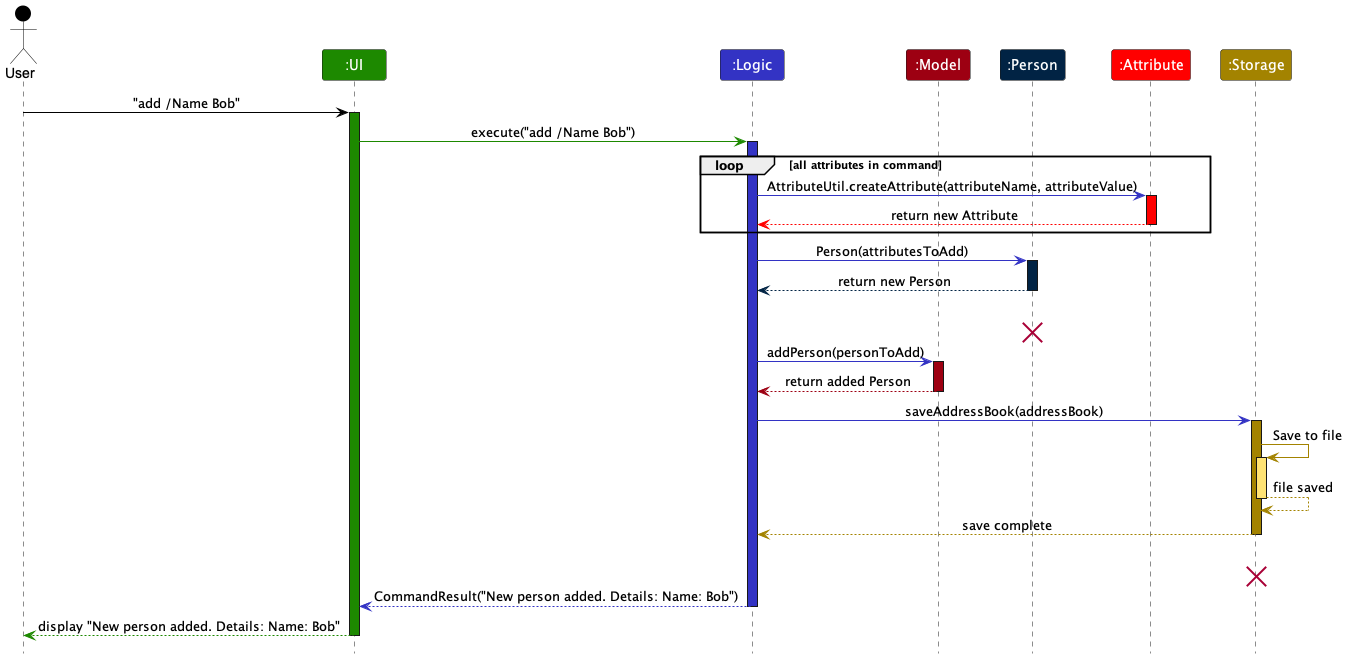
This is docs/images/AddPersonSequenceDiagram.png from Emberlynn-Loo/tp, a PlantUML export, as it was before one commit.
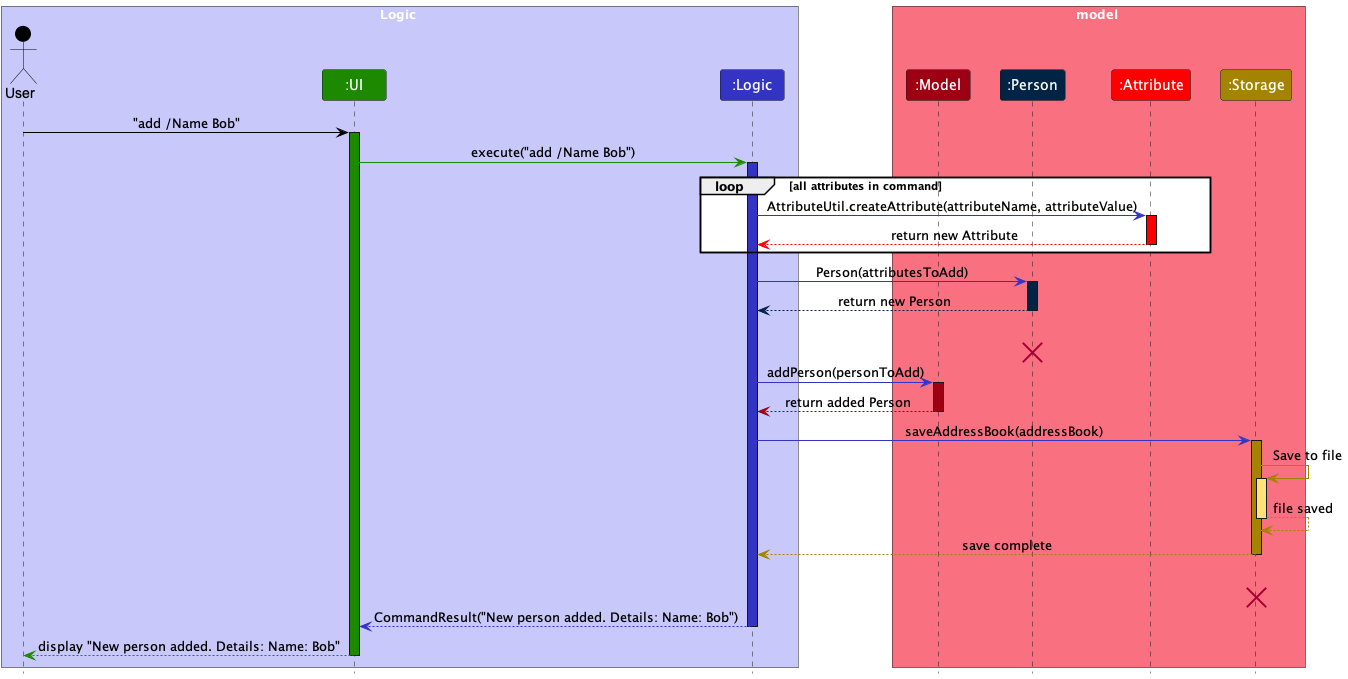
After the commit.

Diff of the diagram source:
```diff
@@ -2,14 +2,17 @@
 !include style.puml
 skinparam ArrowFontStyle plain
 
+box Logic LOGIC_COLOR_T1
 Actor User as user USER_COLOR
 Participant ":UI" as ui UI_COLOR
 Participant ":Logic" as logic LOGIC_COLOR
+end box
+box model MODEL_COLOR_T1
 Participant ":Model" as model MODEL_COLOR
 Participant ":Person" as person PERSON_COLOR
 Participant ":Attribute" as attribute ATTRIBUTE_COLOR
 Participant ":Storage" as storage STORAGE_COLOR
-
+end box
 user -[USER_COLOR]> ui : "add /Name Bob"
 activate ui UI_COLOR
 
@@ -51,6 +54,7 @@
 storage --[Hidden]> storage : model
 destroy storage
 
+
 logic --[LOGIC_COLOR]> ui : CommandResult("New person added. Details: Name: Bob")
 deactivate logic
 
```
